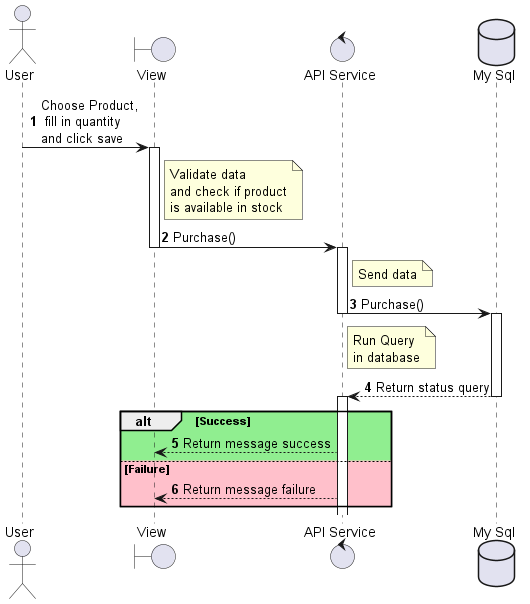
Earlier version of the PlantUML export out/sequenceDiagram_Purchase/sequenceDiagram_Purchase.png (Fitranda/Diagram).
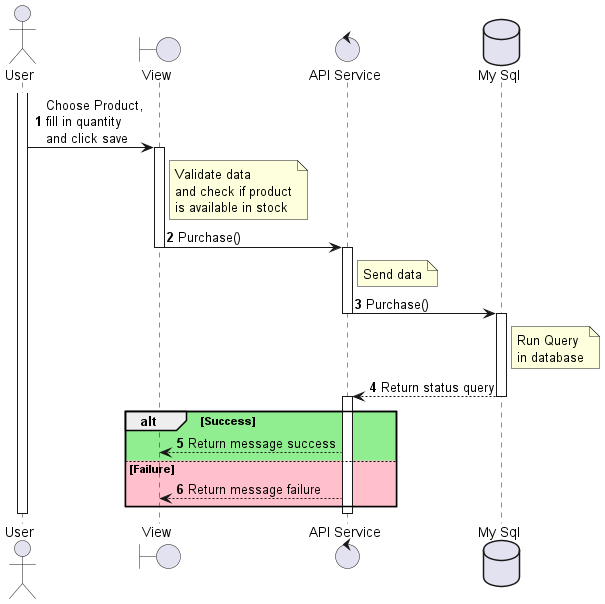
The same file after the commit.

The edit, as a diff of the source:
```diff
@@ -5,16 +5,26 @@
 database "My Sql" as DB
 
 autonumber
-User -> View --++ : Choose Product,\n fill in quantity\nand click save
+activate User
+User -> View : Choose Product,\nfill in quantity\nand click save
+activate View
 note right of View: Validate data\nand check if product\nis available in stock
-View -> APIService --++ : Purchase()
+View -> APIService : Purchase()
+deactivate View
+activate APIService
 note right of APIService: Send data
-APIService -> DB --++ : Purchase()
-note right of APIService: Run Query\nin database
-DB --> APIService --++ : Return status query
-alt #LightGreen  Success
-    APIService --> View  : Return message success
+APIService -> DB : Purchase()
+deactivate APIService
+activate DB
+note right of DB: Run Query\nin database
+DB --> APIService : Return status query
+deactivate DB
+activate APIService
+alt #LightGreen Success
+    APIService --> View : Return message success
 else #Pink Failure
-    APIService --> View  : Return message failure
+    APIService --> View : Return message failure
 end
+deactivate User
+deactivate APIService
 @enduml
```
